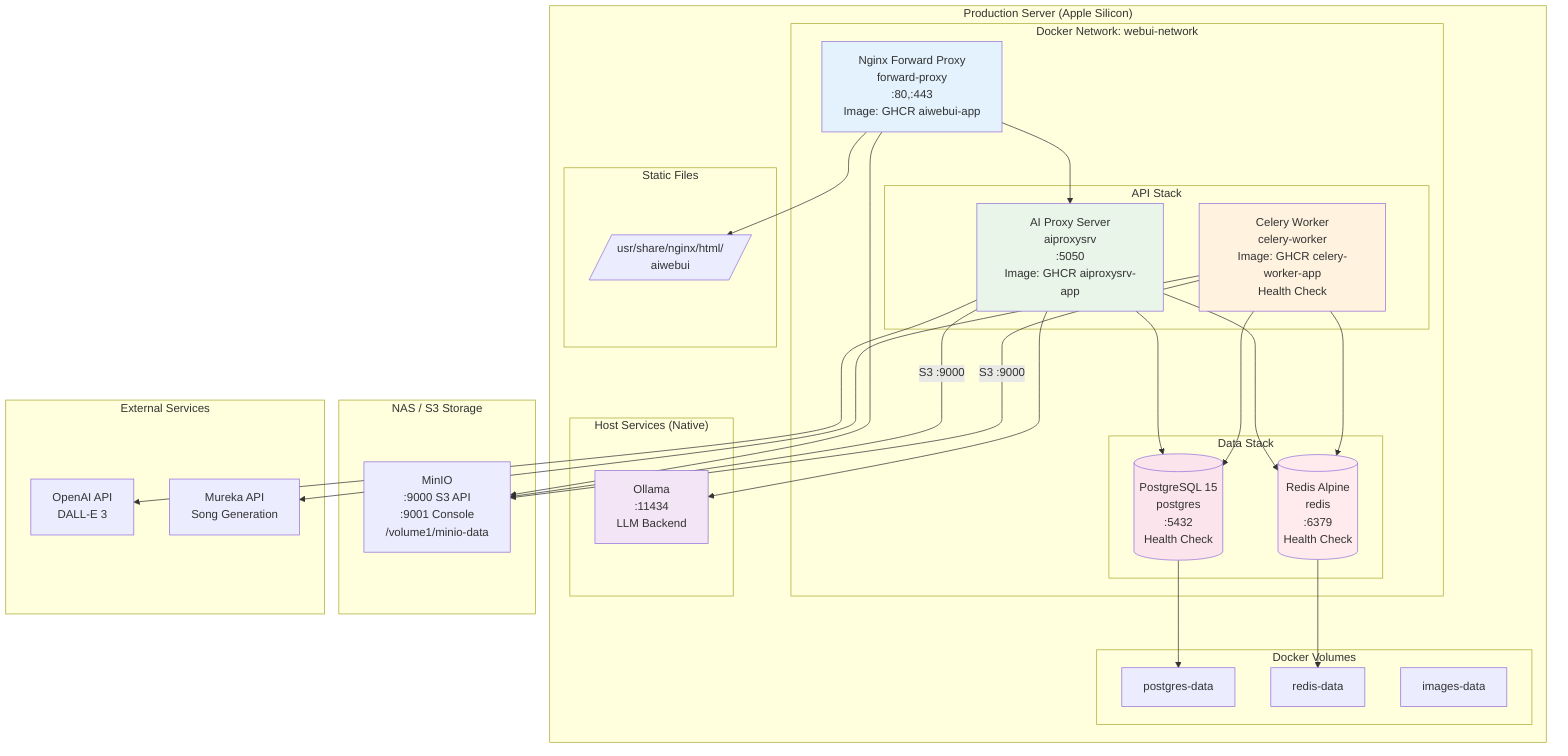
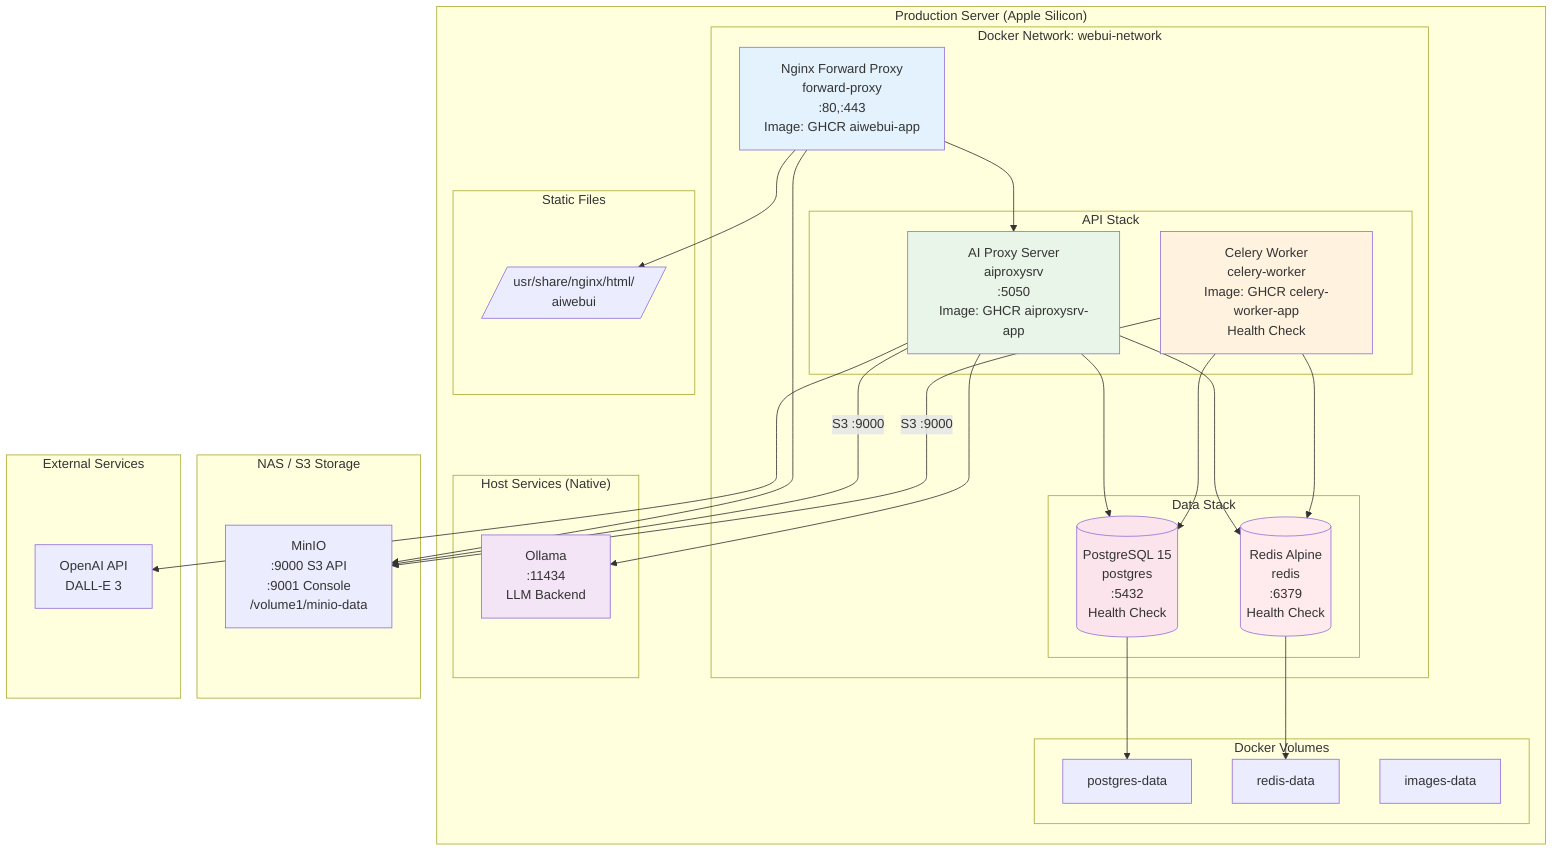
graph TB
    subgraph "Production Server (Apple Silicon)"
        subgraph "Docker Network: webui-network"
            NGINX[Nginx Forward Proxy<br/>forward-proxy<br/>:80,:443<br/>Image: GHCR aiwebui-app]

            subgraph "API Stack"
                API_CONTAINER[AI Proxy Server<br/>aiproxysrv<br/>:5050<br/>Image: GHCR aiproxysrv-app]
                WORKER_CONTAINER[Celery Worker<br/>celery-worker<br/>Image: GHCR celery-worker-app<br/>Health Check]
            end

            subgraph "Data Stack"
                PROD_PG[(PostgreSQL 15<br/>postgres<br/>:5432<br/>Health Check)]
                PROD_REDIS[(Redis Alpine<br/>redis<br/>:6379<br/>Health Check)]
            end
        end

        subgraph "Host Services (Native)"
            OLLAMA_HOST[Ollama<br/>:11434<br/>LLM Backend]
        end

        subgraph "Docker Volumes"
            PG_VOL[postgres-data]
            REDIS_VOL[redis-data]
            IMG_VOL[images-data]
        end

        subgraph "Static Files"
            STATIC[/usr/share/nginx/html/<br/>aiwebui/]
        end
    end

    subgraph "NAS / S3 Storage"
        MINIO_NAS[MinIO<br/>:9000 S3 API<br/>:9001 Console<br/>/volume1/minio-data]
    end

    subgraph "External Services"
        OPENAI_EXT[OpenAI API<br/>DALL-E 3]
-         MUREKA_EXT[Mureka API<br/>Song Generation]
    end

    NGINX --> API_CONTAINER
    NGINX --> STATIC
    NGINX --> MINIO_NAS

    API_CONTAINER --> PROD_PG
    API_CONTAINER --> PROD_REDIS
    API_CONTAINER --> OPENAI_EXT
    API_CONTAINER --> OLLAMA_HOST
    API_CONTAINER -->|S3 :9000| MINIO_NAS

    WORKER_CONTAINER --> PROD_REDIS
    WORKER_CONTAINER --> PROD_PG
-     WORKER_CONTAINER --> MUREKA_EXT
    WORKER_CONTAINER -->|S3 :9000| MINIO_NAS

    PROD_PG --> PG_VOL
    PROD_REDIS --> REDIS_VOL

    style NGINX fill:#e3f2fd
    style API_CONTAINER fill:#e8f5e8
    style WORKER_CONTAINER fill:#fff3e0
    style PROD_PG fill:#fce4ec
    style PROD_REDIS fill:#ffebee
    style OLLAMA_HOST fill:#f3e5f5